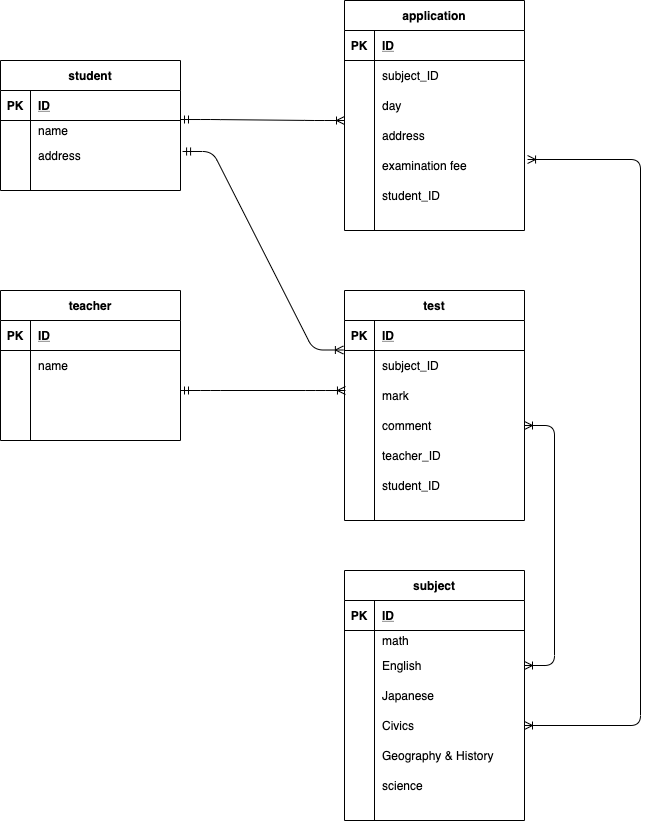
The draw.io diagram index.drawio.png in reoshi28/coachtech11, before a commit. Source tidied: cells renumbered, new cells last; positions are measured from the earlier drawing's top-left corner, leaving out a move shared by most shapes.
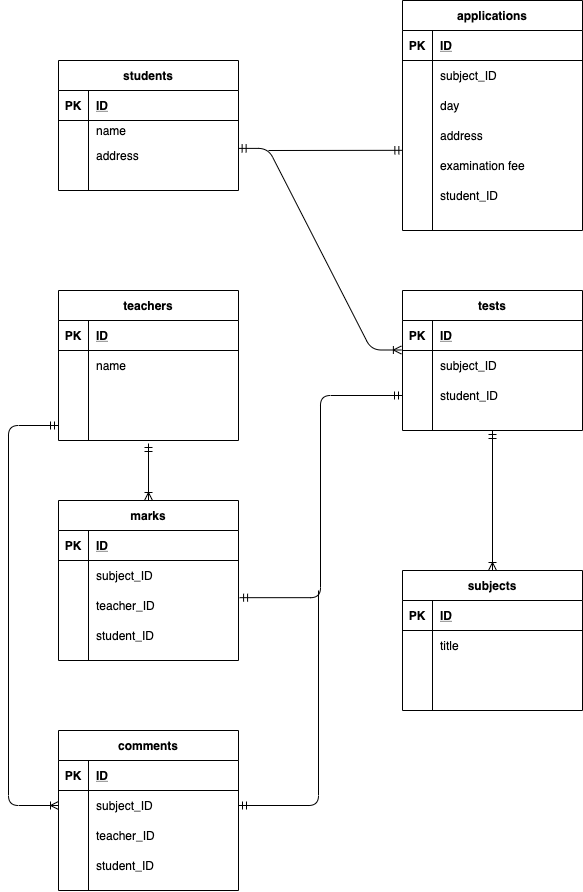
Later version of the same file.

Change to the diagram source:
```diff
@@ -2,25 +2,12 @@
   <root>
     <mxCell id="0" />
     <mxCell id="1" parent="0" />
-    <mxCell id="2" style="edgeStyle=entityRelationEdgeStyle;fontSize=12;html=1;endArrow=ERoneToMany;startArrow=ERmandOne;entryX=-0.007;entryY=0.146;entryDx=0;entryDy=0;entryPerimeter=0;exitX=1.013;exitY=1.033;exitDx=0;exitDy=0;exitPerimeter=0;" parent="1" edge="1">
+    <mxCell id="2" style="edgeStyle=entityRelationEdgeStyle;fontSize=12;html=1;endArrow=ERoneToMany;startArrow=ERmandOne;entryX=-0.007;entryY=0.146;entryDx=0;entryDy=0;entryPerimeter=0;exitX=0.998;exitY=0.263;exitDx=0;exitDy=0;exitPerimeter=0;" parent="1" edge="1" source="12">
       <mxGeometry relative="1" as="geometry">
-        <mxPoint x="182.1" y="151" as="sourcePoint" />
         <mxPoint x="342.9" y="349.5" as="targetPoint" />
       </mxGeometry>
     </mxCell>
-    <mxCell id="3" style="edgeStyle=entityRelationEdgeStyle;fontSize=12;html=1;endArrow=ERoneToMany;startArrow=ERmandOne;exitX=1;exitY=0.5;exitDx=0;exitDy=0;entryX=0.006;entryY=0.25;entryDx=0;entryDy=0;entryPerimeter=0;" parent="1" edge="1">
-      <mxGeometry relative="1" as="geometry">
-        <mxPoint x="180" y="390" as="sourcePoint" />
-        <mxPoint x="345" y="390" as="targetPoint" />
-      </mxGeometry>
-    </mxCell>
-    <mxCell id="4" style="edgeStyle=entityRelationEdgeStyle;fontSize=12;html=1;endArrow=ERoneToMany;startArrow=ERmandOne;exitX=1;exitY=-0.033;exitDx=0;exitDy=0;exitPerimeter=0;" parent="1" edge="1">
-      <mxGeometry relative="1" as="geometry">
-        <mxPoint x="180" y="119" as="sourcePoint" />
-        <mxPoint x="344" y="120" as="targetPoint" />
-      </mxGeometry>
-    </mxCell>
-    <mxCell id="5" value="student" style="shape=table;startSize=30;rowLines=0;fontStyle=1;align=center;" parent="1" vertex="1">
+    <mxCell id="5" value="students" style="shape=table;startSize=30;rowLines=0;fontStyle=1;align=center;" parent="1" vertex="1">
       <mxGeometry y="60" width="180" height="130" as="geometry" />
     </mxCell>
     <mxCell id="6" style="shape=partialRectangle;fillColor=none;top=0;left=0;bottom=1;right=0;" parent="5" vertex="1">
@@ -59,7 +46,7 @@
     <mxCell id="17" style="shape=partialRectangle;fillColor=none;top=0;left=0;bottom=0;right=0;align=left;spacingLeft=6;overflow=hidden;" parent="15" vertex="1">
       <mxGeometry x="30" width="150" height="20" as="geometry" />
     </mxCell>
-    <mxCell id="18" value="application" style="shape=table;startSize=30;rowLines=0;fontStyle=1;align=center;" parent="1" vertex="1">
+    <mxCell id="18" value="applications" style="shape=table;startSize=30;rowLines=0;fontStyle=1;align=center;" parent="1" vertex="1">
       <mxGeometry x="344" width="180" height="230" as="geometry" />
     </mxCell>
     <mxCell id="19" style="shape=partialRectangle;fillColor=none;top=0;left=0;bottom=1;right=0;" parent="18" vertex="1">
@@ -89,13 +76,13 @@
     <mxCell id="27" value="day" style="shape=partialRectangle;fillColor=none;top=0;left=0;bottom=0;right=0;align=left;spacingLeft=6;overflow=hidden;" parent="25" vertex="1">
       <mxGeometry x="30" width="150" height="30" as="geometry" />
     </mxCell>
-    <mxCell id="28" style="shape=partialRectangle;fillColor=none;top=0;left=0;bottom=0;right=0;" parent="18" vertex="1">
-      <mxGeometry y="120" width="180" height="30" as="geometry" />
-    </mxCell>
-    <mxCell id="29" style="shape=partialRectangle;fillColor=none;top=0;left=0;bottom=0;right=0;overflow=hidden;" parent="28" vertex="1">
-      <mxGeometry width="30" height="30" as="geometry" />
-    </mxCell>
+    <mxCell id="93" style="shape=partialRectangle;fillColor=none;top=0;left=0;bottom=0;right=0;" parent="18" vertex="1">
+      <mxGeometry y="120" width="180" height="30" as="geometry" />
+    </mxCell>
+    <mxCell id="94" style="shape=partialRectangle;fillColor=none;top=0;left=0;bottom=0;right=0;overflow=hidden;" parent="93" vertex="1">
+      <mxGeometry width="30" height="30" as="geometry" />
+    </mxCell>
-    <mxCell id="30" value="address" style="shape=partialRectangle;fillColor=none;top=0;left=0;bottom=0;right=0;align=left;spacingLeft=6;overflow=hidden;" parent="28" vertex="1">
+    <mxCell id="30" value="address" style="shape=partialRectangle;fillColor=none;top=0;left=0;bottom=0;right=0;align=left;spacingLeft=6;overflow=hidden;" parent="93" vertex="1">
       <mxGeometry x="30" width="150" height="30" as="geometry" />
     </mxCell>
     <mxCell id="31" style="shape=partialRectangle;fillColor=none;top=0;left=0;bottom=0;right=0;points=[[0,0.5],[1,0.5]];portConstraint=eastwest;" parent="18" vertex="1">
@@ -116,7 +103,7 @@
     <mxCell id="36" value="student_ID" style="shape=partialRectangle;fillColor=none;top=0;left=0;bottom=0;right=0;align=left;spacingLeft=6;overflow=hidden;" parent="34" vertex="1">
       <mxGeometry x="30" width="150" height="30" as="geometry" />
     </mxCell>
-    <mxCell id="37" value="teacher" style="shape=table;startSize=30;rowLines=0;fontStyle=1;align=center;" parent="1" vertex="1">
+    <mxCell id="37" value="teachers" style="shape=table;startSize=30;rowLines=0;fontStyle=1;align=center;" parent="1" vertex="1">
       <mxGeometry y="290" width="180" height="150" as="geometry" />
     </mxCell>
     <mxCell id="38" style="shape=partialRectangle;fillColor=none;top=0;left=0;bottom=1;right=0;" parent="37" vertex="1">
@@ -155,8 +142,8 @@
     <mxCell id="49" style="shape=partialRectangle;fillColor=none;top=0;left=0;bottom=0;right=0;align=left;spacingLeft=6;overflow=hidden;" parent="47" vertex="1">
       <mxGeometry x="30" width="150" height="30" as="geometry" />
     </mxCell>
-    <mxCell id="50" value="test" style="shape=table;startSize=30;rowLines=0;fontStyle=1;align=center;" parent="1" vertex="1">
-      <mxGeometry x="344" y="290" width="180" height="230" as="geometry" />
+    <mxCell id="50" value="tests" style="shape=table;startSize=30;rowLines=0;fontStyle=1;align=center;" parent="1" vertex="1">
+      <mxGeometry x="344" y="290" width="180" height="140" as="geometry" />
     </mxCell>
     <mxCell id="51" style="shape=partialRectangle;fillColor=none;top=0;left=0;bottom=1;right=0;" parent="50" vertex="1">
       <mxGeometry y="30" width="180" height="30" as="geometry" />
@@ -176,35 +163,8 @@
     <mxCell id="56" value="subject_ID" style="shape=partialRectangle;fillColor=none;top=0;left=0;bottom=0;right=0;align=left;spacingLeft=6;overflow=hidden;" parent="54" vertex="1">
       <mxGeometry x="30" width="150" height="30" as="geometry" />
     </mxCell>
-    <mxCell id="57" style="shape=partialRectangle;fillColor=none;top=0;left=0;bottom=0;right=0;" parent="50" vertex="1">
-      <mxGeometry y="90" width="180" height="30" as="geometry" />
-    </mxCell>
-    <mxCell id="58" style="shape=partialRectangle;fillColor=none;top=0;left=0;bottom=0;right=0;overflow=hidden;" parent="57" vertex="1">
-      <mxGeometry width="30" height="30" as="geometry" />
-    </mxCell>
-    <mxCell id="59" value="mark" style="shape=partialRectangle;fillColor=none;top=0;left=0;bottom=0;right=0;align=left;spacingLeft=6;overflow=hidden;" parent="57" vertex="1">
-      <mxGeometry x="30" width="150" height="30" as="geometry" />
-    </mxCell>
-    <mxCell id="60" style="shape=partialRectangle;fillColor=none;top=0;left=0;bottom=0;right=0;points=[[0,0.5],[1,0.5]];portConstraint=eastwest;" parent="50" vertex="1">
-      <mxGeometry y="120" width="180" height="30" as="geometry" />
-    </mxCell>
-    <mxCell id="61" style="shape=partialRectangle;fillColor=none;top=0;left=0;bottom=0;right=0;overflow=hidden;" parent="60" vertex="1">
-      <mxGeometry width="30" height="30" as="geometry" />
-    </mxCell>
-    <mxCell id="62" value="comment" style="shape=partialRectangle;fillColor=none;top=0;left=0;bottom=0;right=0;align=left;spacingLeft=6;overflow=hidden;" parent="60" vertex="1">
-      <mxGeometry x="30" width="150" height="30" as="geometry" />
-    </mxCell>
-    <mxCell id="63" style="shape=partialRectangle;fillColor=none;top=0;left=0;bottom=0;right=0;" parent="50" vertex="1">
-      <mxGeometry y="150" width="180" height="30" as="geometry" />
-    </mxCell>
-    <mxCell id="64" style="shape=partialRectangle;fillColor=none;top=0;left=0;bottom=0;right=0;overflow=hidden;" parent="63" vertex="1">
-      <mxGeometry width="30" height="30" as="geometry" />
-    </mxCell>
-    <mxCell id="65" value="teacher_ID" style="shape=partialRectangle;fillColor=none;top=0;left=0;bottom=0;right=0;align=left;spacingLeft=6;overflow=hidden;" parent="63" vertex="1">
-      <mxGeometry x="30" width="150" height="30" as="geometry" />
-    </mxCell>
     <mxCell id="66" style="shape=partialRectangle;fillColor=none;top=0;left=0;bottom=0;right=0;points=[[0,0.5],[1,0.5]];portConstraint=eastwest;" parent="50" vertex="1">
-      <mxGeometry y="180" width="180" height="30" as="geometry" />
+      <mxGeometry y="90" width="180" height="30" as="geometry" />
     </mxCell>
     <mxCell id="67" style="shape=partialRectangle;fillColor=none;top=0;left=0;bottom=0;right=0;overflow=hidden;" parent="66" vertex="1">
       <mxGeometry width="30" height="30" as="geometry" />
@@ -212,8 +172,8 @@
     <mxCell id="68" value="student_ID" style="shape=partialRectangle;fillColor=none;top=0;left=0;bottom=0;right=0;align=left;spacingLeft=6;overflow=hidden;" parent="66" vertex="1">
       <mxGeometry x="30" width="150" height="30" as="geometry" />
     </mxCell>
-    <mxCell id="69" value="subject" style="shape=table;startSize=30;rowLines=0;fontStyle=1;align=center;" parent="1" vertex="1">
-      <mxGeometry x="344" y="570" width="180" height="250" as="geometry" />
+    <mxCell id="69" value="subjects" style="shape=table;startSize=30;rowLines=0;fontStyle=1;align=center;" parent="1" vertex="1">
+      <mxGeometry x="344" y="570" width="180" height="140" as="geometry" />
     </mxCell>
     <mxCell id="70" style="shape=partialRectangle;fillColor=none;top=0;left=0;bottom=1;right=0;" parent="69" vertex="1">
       <mxGeometry y="30" width="180" height="30" as="geometry" />
@@ -224,69 +184,125 @@
     <mxCell id="72" value="ID" style="shape=partialRectangle;fillColor=none;top=0;left=0;bottom=0;right=0;align=left;spacingLeft=6;fontStyle=5;overflow=hidden;" parent="70" vertex="1">
       <mxGeometry x="30" width="150" height="30" as="geometry" />
     </mxCell>
-    <mxCell id="73" style="shape=partialRectangle;fillColor=none;top=0;left=0;bottom=0;right=0;" parent="69" vertex="1">
-      <mxGeometry y="60" width="180" height="20" as="geometry" />
-    </mxCell>
-    <mxCell id="74" style="shape=partialRectangle;fillColor=none;top=0;left=0;bottom=0;right=0;overflow=hidden;" parent="73" vertex="1">
-      <mxGeometry width="30" height="20" as="geometry" />
-    </mxCell>
-    <mxCell id="75" value="math " style="shape=partialRectangle;fillColor=none;top=0;left=0;bottom=0;right=0;align=left;spacingLeft=6;overflow=hidden;" parent="73" vertex="1">
-      <mxGeometry x="30" width="150" height="20" as="geometry" />
-    </mxCell>
-    <mxCell id="76" style="shape=partialRectangle;fillColor=none;top=0;left=0;bottom=0;right=0;points=[[0,0.5],[1,0.5]];portConstraint=eastwest;" parent="69" vertex="1">
-      <mxGeometry y="80" width="180" height="30" as="geometry" />
-    </mxCell>
-    <mxCell id="77" style="shape=partialRectangle;fillColor=none;top=0;left=0;bottom=0;right=0;overflow=hidden;" parent="76" vertex="1">
-      <mxGeometry width="30" height="30" as="geometry" />
-    </mxCell>
-    <mxCell id="78" value="English" style="shape=partialRectangle;fillColor=none;top=0;left=0;bottom=0;right=0;align=left;spacingLeft=6;overflow=hidden;" parent="76" vertex="1">
-      <mxGeometry x="30" width="150" height="30" as="geometry" />
-    </mxCell>
     <mxCell id="79" style="shape=partialRectangle;fillColor=none;top=0;left=0;bottom=0;right=0;" parent="69" vertex="1">
-      <mxGeometry y="110" width="180" height="30" as="geometry" />
+      <mxGeometry y="60" width="180" height="30" as="geometry" />
     </mxCell>
     <mxCell id="80" style="shape=partialRectangle;fillColor=none;top=0;left=0;bottom=0;right=0;overflow=hidden;" parent="79" vertex="1">
       <mxGeometry width="30" height="30" as="geometry" />
     </mxCell>
-    <mxCell id="81" value="Japanese" style="shape=partialRectangle;fillColor=none;top=0;left=0;bottom=0;right=0;align=left;spacingLeft=6;overflow=hidden;" parent="79" vertex="1">
+    <mxCell id="81" value="title" style="shape=partialRectangle;fillColor=none;top=0;left=0;bottom=0;right=0;align=left;spacingLeft=6;overflow=hidden;" parent="79" vertex="1">
       <mxGeometry x="30" width="150" height="30" as="geometry" />
     </mxCell>
-    <mxCell id="82" style="shape=partialRectangle;fillColor=none;top=0;left=0;bottom=0;right=0;points=[[0,0.5],[1,0.5]];portConstraint=eastwest;" parent="69" vertex="1">
-      <mxGeometry y="140" width="180" height="30" as="geometry" />
-    </mxCell>
-    <mxCell id="83" style="shape=partialRectangle;fillColor=none;top=0;left=0;bottom=0;right=0;overflow=hidden;" parent="82" vertex="1">
-      <mxGeometry width="30" height="30" as="geometry" />
-    </mxCell>
-    <mxCell id="84" value="Civics " style="shape=partialRectangle;fillColor=none;top=0;left=0;bottom=0;right=0;align=left;spacingLeft=6;overflow=hidden;" parent="82" vertex="1">
-      <mxGeometry x="30" width="150" height="30" as="geometry" />
-    </mxCell>
-    <mxCell id="85" style="shape=partialRectangle;fillColor=none;top=0;left=0;bottom=0;right=0;" parent="69" vertex="1">
-      <mxGeometry y="170" width="180" height="30" as="geometry" />
-    </mxCell>
-    <mxCell id="86" style="shape=partialRectangle;fillColor=none;top=0;left=0;bottom=0;right=0;overflow=hidden;" parent="85" vertex="1">
-      <mxGeometry width="30" height="30" as="geometry" />
-    </mxCell>
-    <mxCell id="87" value="Geography &amp; History " style="shape=partialRectangle;fillColor=none;top=0;left=0;bottom=0;right=0;align=left;spacingLeft=6;overflow=hidden;" parent="85" vertex="1">
-      <mxGeometry x="30" width="150" height="30" as="geometry" />
-    </mxCell>
-    <mxCell id="88" style="shape=partialRectangle;fillColor=none;top=0;left=0;bottom=0;right=0;" parent="69" vertex="1">
-      <mxGeometry y="200" width="180" height="30" as="geometry" />
-    </mxCell>
-    <mxCell id="89" style="shape=partialRectangle;fillColor=none;top=0;left=0;bottom=0;right=0;overflow=hidden;" parent="88" vertex="1">
-      <mxGeometry width="30" height="30" as="geometry" />
-    </mxCell>
-    <mxCell id="90" value="science" style="shape=partialRectangle;fillColor=none;top=0;left=0;bottom=0;right=0;align=left;spacingLeft=6;overflow=hidden;" parent="88" vertex="1">
-      <mxGeometry x="30" width="150" height="30" as="geometry" />
-    </mxCell>
-    <mxCell id="91" style="edgeStyle=entityRelationEdgeStyle;fontSize=12;html=1;endArrow=ERoneToMany;startArrow=ERoneToMany;exitX=1;exitY=0.5;exitDx=0;exitDy=0;entryX=1;entryY=0.5;entryDx=0;entryDy=0;" parent="1" edge="1" source="76" target="60">
-      <mxGeometry relative="1" as="geometry" />
-    </mxCell>
-    <mxCell id="92" style="edgeStyle=elbowEdgeStyle;fontSize=12;html=1;endArrow=ERoneToMany;startArrow=ERoneToMany;startSize=6;sourcePerimeterSpacing=0;jumpStyle=arc;jumpSize=6;sketch=0;shadow=0;entryX=1;entryY=0.5;entryDx=0;entryDy=0;exitX=1.017;exitY=0.3;exitDx=0;exitDy=0;exitPerimeter=0;" parent="1" edge="1" source="31" target="82">
-      <mxGeometry relative="1" as="geometry">
-        <Array as="points">
-          <mxPoint x="640" y="450" />
-        </Array>
-      </mxGeometry>
-    </mxCell>
+    <mxCell id="95" style="fontSize=12;html=1;endArrow=ERmandOne;entryX=0.002;entryY=-0.006;entryDx=0;entryDy=0;entryPerimeter=0;" parent="1" edge="1">
+      <mxGeometry relative="1" as="geometry">
+        <mxPoint x="210" y="150" as="sourcePoint" />
+        <mxPoint x="344.4" y="149.8" as="targetPoint" />
+      </mxGeometry>
+    </mxCell>
+    <mxCell id="96" value="marks" style="shape=table;startSize=30;rowLines=0;fontStyle=1;align=center;" parent="1" vertex="1">
+      <mxGeometry y="500" width="180" height="160" as="geometry" />
+    </mxCell>
+    <mxCell id="97" style="shape=partialRectangle;fillColor=none;top=0;left=0;bottom=1;right=0;" parent="96" vertex="1">
+      <mxGeometry y="30" width="180" height="30" as="geometry" />
+    </mxCell>
+    <mxCell id="98" value="PK" style="shape=partialRectangle;fillColor=none;top=0;left=0;bottom=0;right=0;fontStyle=1;overflow=hidden;" parent="97" vertex="1">
+      <mxGeometry width="30" height="30" as="geometry" />
+    </mxCell>
+    <mxCell id="99" value="ID" style="shape=partialRectangle;fillColor=none;top=0;left=0;bottom=0;right=0;align=left;spacingLeft=6;fontStyle=5;overflow=hidden;" parent="97" vertex="1">
+      <mxGeometry x="30" width="150" height="30" as="geometry" />
+    </mxCell>
+    <mxCell id="100" style="shape=partialRectangle;fillColor=none;top=0;left=0;bottom=0;right=0;" parent="96" vertex="1">
+      <mxGeometry y="60" width="180" height="30" as="geometry" />
+    </mxCell>
+    <mxCell id="101" style="shape=partialRectangle;fillColor=none;top=0;left=0;bottom=0;right=0;overflow=hidden;" parent="100" vertex="1">
+      <mxGeometry width="30" height="30" as="geometry" />
+    </mxCell>
+    <mxCell id="102" value="subject_ID" style="shape=partialRectangle;fillColor=none;top=0;left=0;bottom=0;right=0;align=left;spacingLeft=6;overflow=hidden;" parent="100" vertex="1">
+      <mxGeometry x="30" width="150" height="30" as="geometry" />
+    </mxCell>
+    <mxCell id="103" style="shape=partialRectangle;fillColor=none;top=0;left=0;bottom=0;right=0;points=[[0,0.5],[1,0.5]];portConstraint=eastwest;" parent="96" vertex="1">
+      <mxGeometry y="90" width="180" height="30" as="geometry" />
+    </mxCell>
+    <mxCell id="104" style="shape=partialRectangle;fillColor=none;top=0;left=0;bottom=0;right=0;overflow=hidden;" parent="103" vertex="1">
+      <mxGeometry width="30" height="30" as="geometry" />
+    </mxCell>
+    <mxCell id="105" value="teacher_ID" style="shape=partialRectangle;fillColor=none;top=0;left=0;bottom=0;right=0;align=left;spacingLeft=6;overflow=hidden;" parent="103" vertex="1">
+      <mxGeometry x="30" width="150" height="30" as="geometry" />
+    </mxCell>
+    <mxCell id="106" style="shape=partialRectangle;fillColor=none;top=0;left=0;bottom=0;right=0;" parent="96" vertex="1">
+      <mxGeometry y="120" width="180" height="30" as="geometry" />
+    </mxCell>
+    <mxCell id="107" style="shape=partialRectangle;fillColor=none;top=0;left=0;bottom=0;right=0;overflow=hidden;" parent="106" vertex="1">
+      <mxGeometry width="30" height="30" as="geometry" />
+    </mxCell>
+    <mxCell id="108" value="student_ID" style="shape=partialRectangle;fillColor=none;top=0;left=0;bottom=0;right=0;align=left;spacingLeft=6;overflow=hidden;" parent="106" vertex="1">
+      <mxGeometry x="30" width="150" height="30" as="geometry" />
+    </mxCell>
+    <mxCell id="109" value="comments" style="shape=table;startSize=30;rowLines=0;fontStyle=1;align=center;" parent="1" vertex="1">
+      <mxGeometry y="730" width="180" height="160" as="geometry" />
+    </mxCell>
+    <mxCell id="110" style="shape=partialRectangle;fillColor=none;top=0;left=0;bottom=1;right=0;" parent="109" vertex="1">
+      <mxGeometry y="30" width="180" height="30" as="geometry" />
+    </mxCell>
+    <mxCell id="111" value="PK" style="shape=partialRectangle;fillColor=none;top=0;left=0;bottom=0;right=0;fontStyle=1;overflow=hidden;" parent="110" vertex="1">
+      <mxGeometry width="30" height="30" as="geometry" />
+    </mxCell>
+    <mxCell id="112" value="ID" style="shape=partialRectangle;fillColor=none;top=0;left=0;bottom=0;right=0;align=left;spacingLeft=6;fontStyle=5;overflow=hidden;" parent="110" vertex="1">
+      <mxGeometry x="30" width="150" height="30" as="geometry" />
+    </mxCell>
+    <mxCell id="113" style="shape=partialRectangle;fillColor=none;top=0;left=0;bottom=0;right=0;points=[[0,0.5],[1,0.5]];portConstraint=eastwest;" parent="109" vertex="1">
+      <mxGeometry y="60" width="180" height="30" as="geometry" />
+    </mxCell>
+    <mxCell id="114" style="shape=partialRectangle;fillColor=none;top=0;left=0;bottom=0;right=0;overflow=hidden;" parent="113" vertex="1">
+      <mxGeometry width="30" height="30" as="geometry" />
+    </mxCell>
+    <mxCell id="115" value="subject_ID" style="shape=partialRectangle;fillColor=none;top=0;left=0;bottom=0;right=0;align=left;spacingLeft=6;overflow=hidden;" parent="113" vertex="1">
+      <mxGeometry x="30" width="150" height="30" as="geometry" />
+    </mxCell>
+    <mxCell id="116" style="shape=partialRectangle;fillColor=none;top=0;left=0;bottom=0;right=0;" parent="109" vertex="1">
+      <mxGeometry y="90" width="180" height="30" as="geometry" />
+    </mxCell>
+    <mxCell id="117" style="shape=partialRectangle;fillColor=none;top=0;left=0;bottom=0;right=0;overflow=hidden;" parent="116" vertex="1">
+      <mxGeometry width="30" height="30" as="geometry" />
+    </mxCell>
+    <mxCell id="118" value="teacher_ID" style="shape=partialRectangle;fillColor=none;top=0;left=0;bottom=0;right=0;align=left;spacingLeft=6;overflow=hidden;" parent="116" vertex="1">
+      <mxGeometry x="30" width="150" height="30" as="geometry" />
+    </mxCell>
+    <mxCell id="119" style="shape=partialRectangle;fillColor=none;top=0;left=0;bottom=0;right=0;" parent="109" vertex="1">
+      <mxGeometry y="120" width="180" height="30" as="geometry" />
+    </mxCell>
+    <mxCell id="120" style="shape=partialRectangle;fillColor=none;top=0;left=0;bottom=0;right=0;overflow=hidden;" parent="119" vertex="1">
+      <mxGeometry width="30" height="30" as="geometry" />
+    </mxCell>
+    <mxCell id="121" value="student_ID" style="shape=partialRectangle;fillColor=none;top=0;left=0;bottom=0;right=0;align=left;spacingLeft=6;overflow=hidden;" parent="119" vertex="1">
+      <mxGeometry x="30" width="150" height="30" as="geometry" />
+    </mxCell>
+    <mxCell id="122" style="fontSize=12;html=1;endArrow=ERoneToMany;startArrow=ERmandOne;entryX=0.5;entryY=0;entryDx=0;entryDy=0;" parent="1" edge="1" target="96">
+      <mxGeometry relative="1" as="geometry">
+        <mxPoint x="90" y="443" as="sourcePoint" />
+      </mxGeometry>
+    </mxCell>
+    <mxCell id="123" style="edgeStyle=orthogonalEdgeStyle;fontSize=12;html=1;endArrow=ERmandOne;startArrow=ERmandOne;exitX=1.006;exitY=0.239;exitDx=0;exitDy=0;exitPerimeter=0;entryX=0;entryY=0.5;entryDx=0;entryDy=0;" parent="1" edge="1" source="103" target="66">
+      <mxGeometry relative="1" as="geometry" />
+    </mxCell>
+    <mxCell id="124" style="fontSize=12;html=1;endArrow=ERmandOne;entryX=1;entryY=0.5;entryDx=0;entryDy=0;" parent="1" edge="1" target="113">
+      <mxGeometry relative="1" as="geometry">
+        <mxPoint x="260" y="590" as="sourcePoint" />
+        <Array as="points">
+          <mxPoint x="260" y="805" />
+        </Array>
+      </mxGeometry>
+    </mxCell>
+    <mxCell id="125" style="edgeStyle=orthogonalEdgeStyle;fontSize=12;html=1;endArrow=ERoneToMany;startArrow=ERmandOne;exitX=0;exitY=0.5;exitDx=0;exitDy=0;entryX=0;entryY=0.5;entryDx=0;entryDy=0;" parent="1" edge="1" source="47" target="113">
+      <mxGeometry relative="1" as="geometry">
+        <Array as="points">
+          <mxPoint x="-50" y="425" />
+          <mxPoint x="-50" y="805" />
+        </Array>
+      </mxGeometry>
+    </mxCell>
+    <mxCell id="126" style="fontSize=12;html=1;endArrow=ERoneToMany;startArrow=ERmandOne;exitX=0.5;exitY=1;exitDx=0;exitDy=0;entryX=0.5;entryY=0;entryDx=0;entryDy=0;" parent="1" edge="1" source="50" target="69">
+      <mxGeometry relative="1" as="geometry" />
+    </mxCell>
   </root>
 </mxGraphModel>
```
